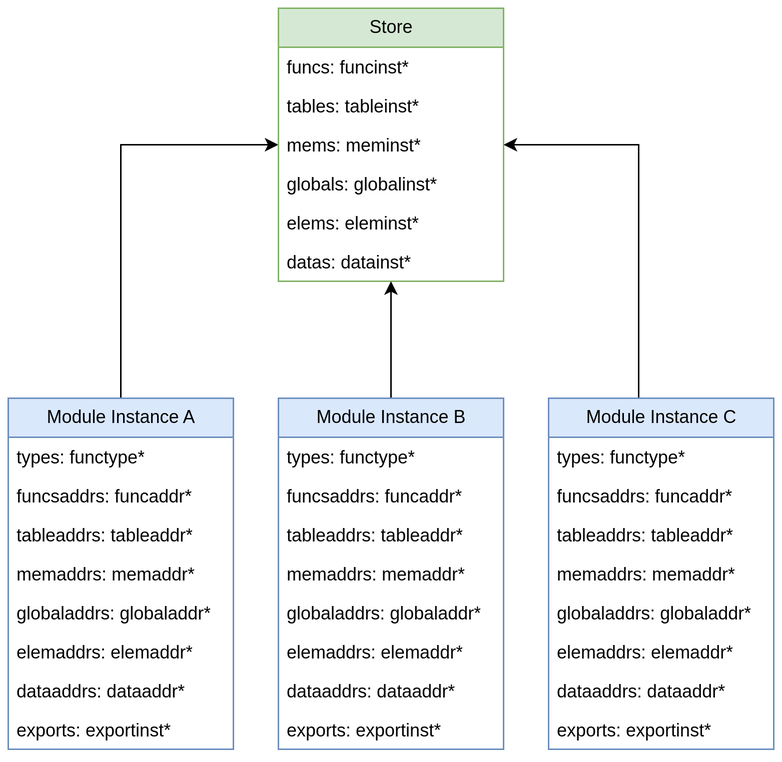
Before: docs/multiple_instances.png, a diagram exported from draw.io (AFKoffee/wasm-concurrency-analysis). Source tidied: cells renumbered, new cells last; positions are measured from the earlier drawing's top-left corner, leaving out a move shared by most shapes.
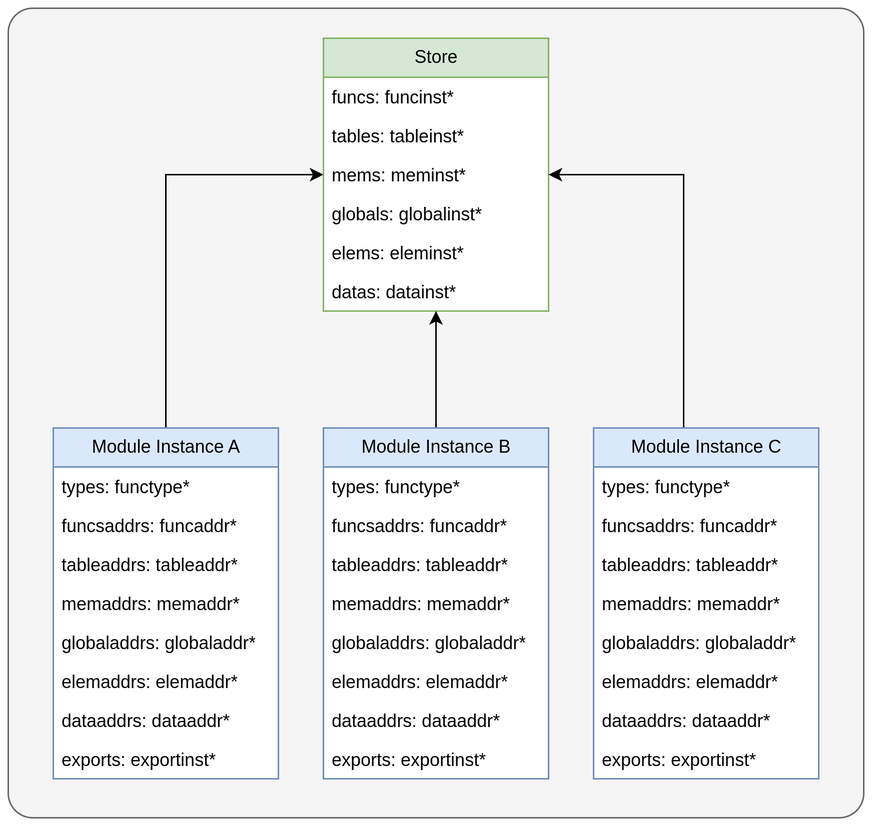
After the commit.

Diff of the diagram source:
```diff
@@ -2,6 +2,9 @@
   <root>
     <mxCell id="0" />
     <mxCell id="1" parent="0" />
+    <mxCell id="39" style="rounded=1;whiteSpace=wrap;html=1;fillColor=#f5f5f5;fontColor=#333333;strokeColor=#666666;fontStyle=1;verticalAlign=top;labelPosition=center;verticalLabelPosition=middle;align=center;arcSize=3;" parent="1" vertex="1">
+      <mxGeometry x="-30" y="-20" width="570" height="540" as="geometry" />
+    </mxCell>
     <mxCell id="2" style="edgeStyle=orthogonalEdgeStyle;rounded=0;jettySize=auto;html=1;" parent="1" edge="1" source="3" target="12">
       <mxGeometry relative="1" as="geometry">
         <Array as="points">
```
